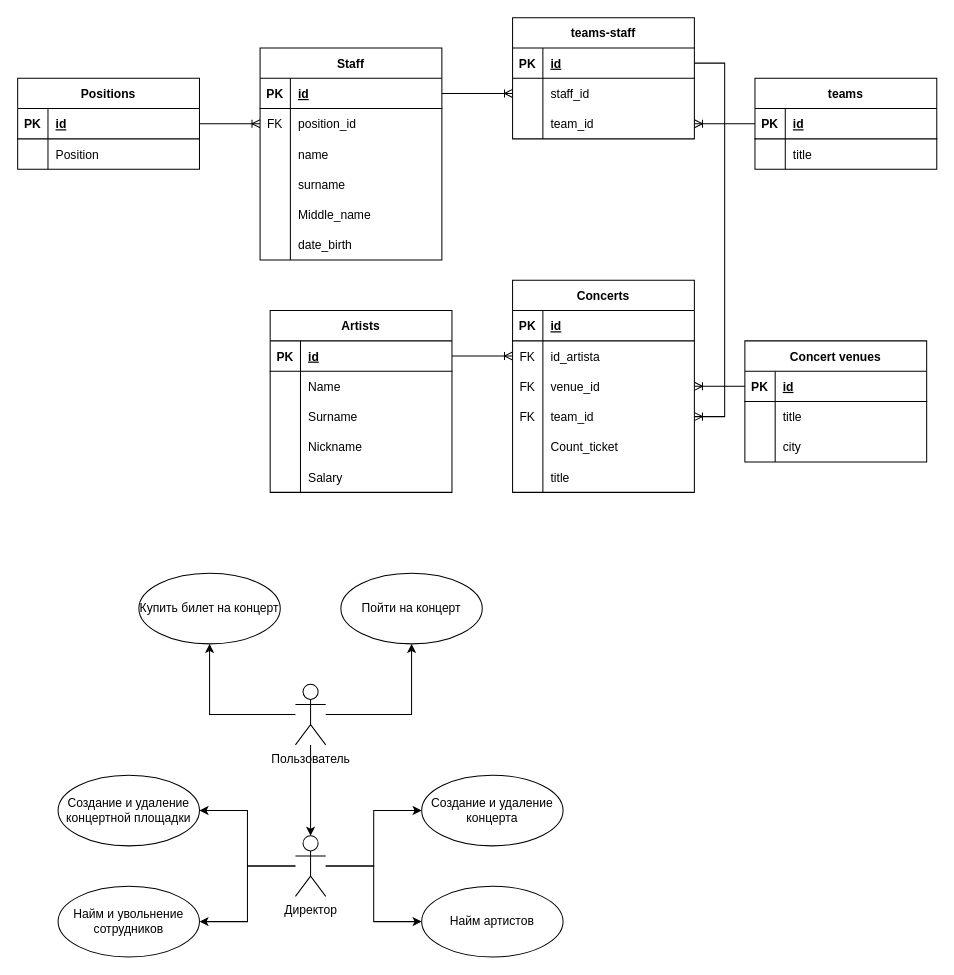
Earlier version of the draw.io diagram Диаграмма без названия.drawio (JustKingYT1/Repository-is-one). Source tidied: cells renumbered, new cells numbered last; positions are measured from the earlier drawing's top-left corner, leaving out a move shared by most shapes. Both pictures are drawn from the tidied source at 101%, with x=0, y=0 at pixel (17, 17).
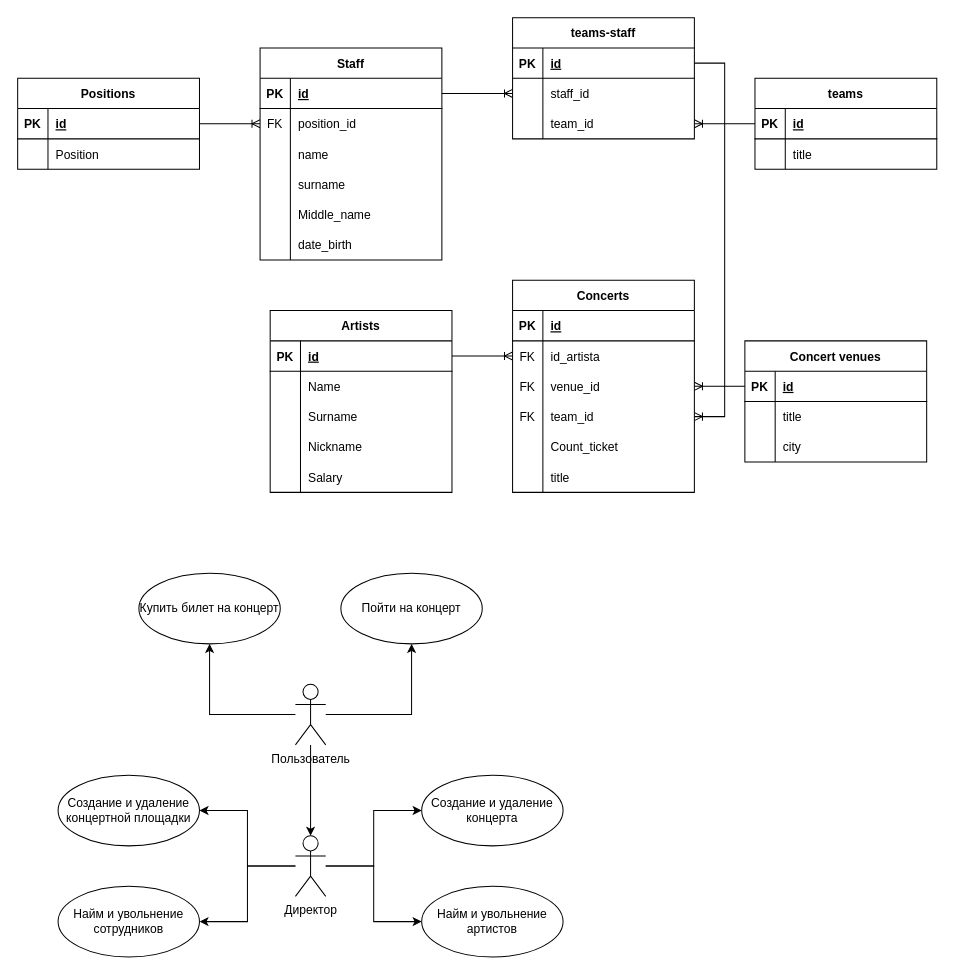
After the change.

Change to the diagram source:
```diff
@@
-    <mxCell id="104" value="Найм артистов" style="ellipse;whiteSpace=wrap;html=1;" parent="1" vertex="1">
+    <mxCell id="104" value="Найм и увольнение артистов" style="ellipse;whiteSpace=wrap;html=1;" parent="1" vertex="1">
       <mxGeometry x="400" y="860" width="140" height="70" as="geometry" />
     </mxCell>
```
